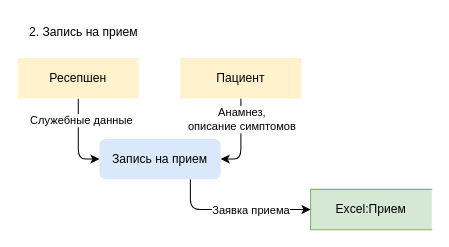
Above: Task1/DFD-Appointment-As-Is.drawio in AdvanGit/practicum-sprint-10 (draw.io), before the change. Source tidied: cells renumbered, new cells numbered last; positions are measured from the earlier drawing's top-left corner, leaving out a move shared by most shapes. Both pictures are drawn from the tidied source at 101%, with x=0, y=0 at pixel (17, 17).
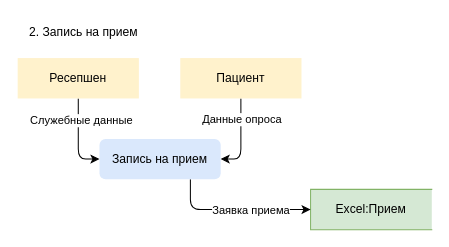
The same page after the edit.

Commit message:
data flow fix

The edit, as a diff of the source:
```diff
@@
 <mxGraphModel>
   <root>
     <mxCell id="0" />
     <mxCell id="1" parent="0" />
     <mxCell id="2" style="edgeStyle=orthogonalEdgeStyle;rounded=1;jettySize=auto;html=1;entryX=0;entryY=0.5;entryDx=0;entryDy=0;curved=0;" parent="1" edge="1" source="4" target="11">
       <mxGeometry relative="1" as="geometry" />
     </mxCell>
     <mxCell id="3" value="Служебные данные" style="edgeLabel;html=1;align=center;verticalAlign=middle;" parent="2" vertex="1">
       <mxGeometry x="-0.48" y="2" relative="1" as="geometry" />
     </mxCell>
     <mxCell id="4" value="Ресепшен" style="html=1;dashed=0;whiteSpace=wrap;fillColor=#fff2cc;strokeColor=none;" parent="1" vertex="1">
       <mxGeometry y="40" width="120" height="40" as="geometry" />
     </mxCell>
     <mxCell id="5" value="Excel:Прием" style="html=1;dashed=0;whiteSpace=wrap;shape=partialRectangle;right=0;fillColor=#d5e8d4;strokeColor=#82b366;" parent="1" vertex="1">
       <mxGeometry x="290" y="170" width="120" height="40" as="geometry" />
     </mxCell>
     <mxCell id="6" style="edgeStyle=orthogonalEdgeStyle;rounded=1;jettySize=auto;html=1;entryX=1;entryY=0.5;entryDx=0;entryDy=0;curved=0;" parent="1" edge="1" source="8" target="11">
       <mxGeometry relative="1" as="geometry" />
     </mxCell>
-    <mxCell id="7" value="Анамнез,&lt;div&gt;описание симптомов&lt;/div&gt;" style="edgeLabel;html=1;align=center;verticalAlign=middle;" parent="6" vertex="1">
+    <mxCell id="7" value="Данные опроса" style="edgeLabel;html=1;align=center;verticalAlign=middle;" parent="6" vertex="1">
       <mxGeometry x="-0.64" y="-1" relative="1" as="geometry">
         <mxPoint x="1" y="6" as="offset" />
       </mxGeometry>
     </mxCell>
     <mxCell id="8" value="Пациент" style="html=1;dashed=0;whiteSpace=wrap;fillColor=#fff2cc;strokeColor=none;" parent="1" vertex="1">
       <mxGeometry x="161" y="40" width="120" height="40" as="geometry" />
     </mxCell>
     <mxCell id="9" style="edgeStyle=orthogonalEdgeStyle;rounded=1;jettySize=auto;html=1;exitX=0.75;exitY=1;exitDx=0;exitDy=0;entryX=0;entryY=0.5;entryDx=0;entryDy=0;curved=0;" parent="1" edge="1" source="11" target="5">
       <mxGeometry relative="1" as="geometry" />
     </mxCell>
     <mxCell id="10" value="Заявка приема" style="edgeLabel;html=1;align=center;verticalAlign=middle;" parent="9" vertex="1">
       <mxGeometry x="0.02" y="2" relative="1" as="geometry">
         <mxPoint x="13" y="2" as="offset" />
       </mxGeometry>
     </mxCell>
     <mxCell id="11" value="Запись на прием" style="html=1;dashed=0;whiteSpace=wrap;rounded=1;fillColor=#dae8fc;strokeColor=none;" parent="1" vertex="1">
       <mxGeometry x="81" y="120" width="120" height="40" as="geometry" />
     </mxCell>
     <mxCell id="12" value="2. Запись на прием" style="text;html=1;align=center;verticalAlign=middle;strokeColor=none;fillColor=none;" parent="1" vertex="1">
       <mxGeometry width="130" height="30" as="geometry" />
     </mxCell>
   </root>
 </mxGraphModel>
```
